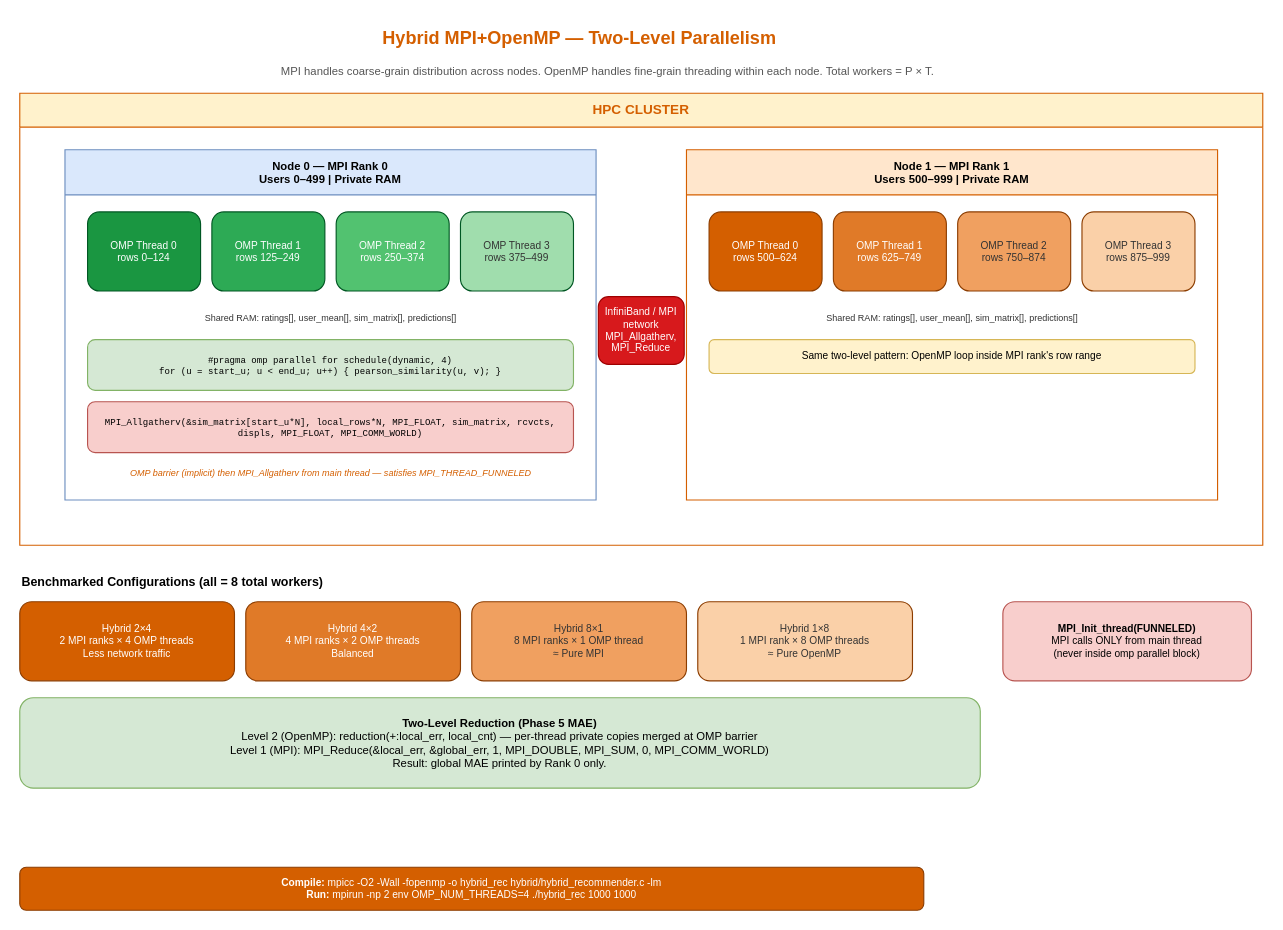
Above: analysis_diagrams/drawio/diagram_06_hybrid_mpi_openmp.drawio in Ashfaq-Riyaldeen/hpc-mine (draw.io), before the change. Source tidied: cells renumbered, new cells numbered last; positions are measured from the earlier drawing's top-left corner, leaving out a move shared by most shapes. Both pictures are drawn from the tidied source at 113%, with x=0, y=0 at pixel (19, 19).
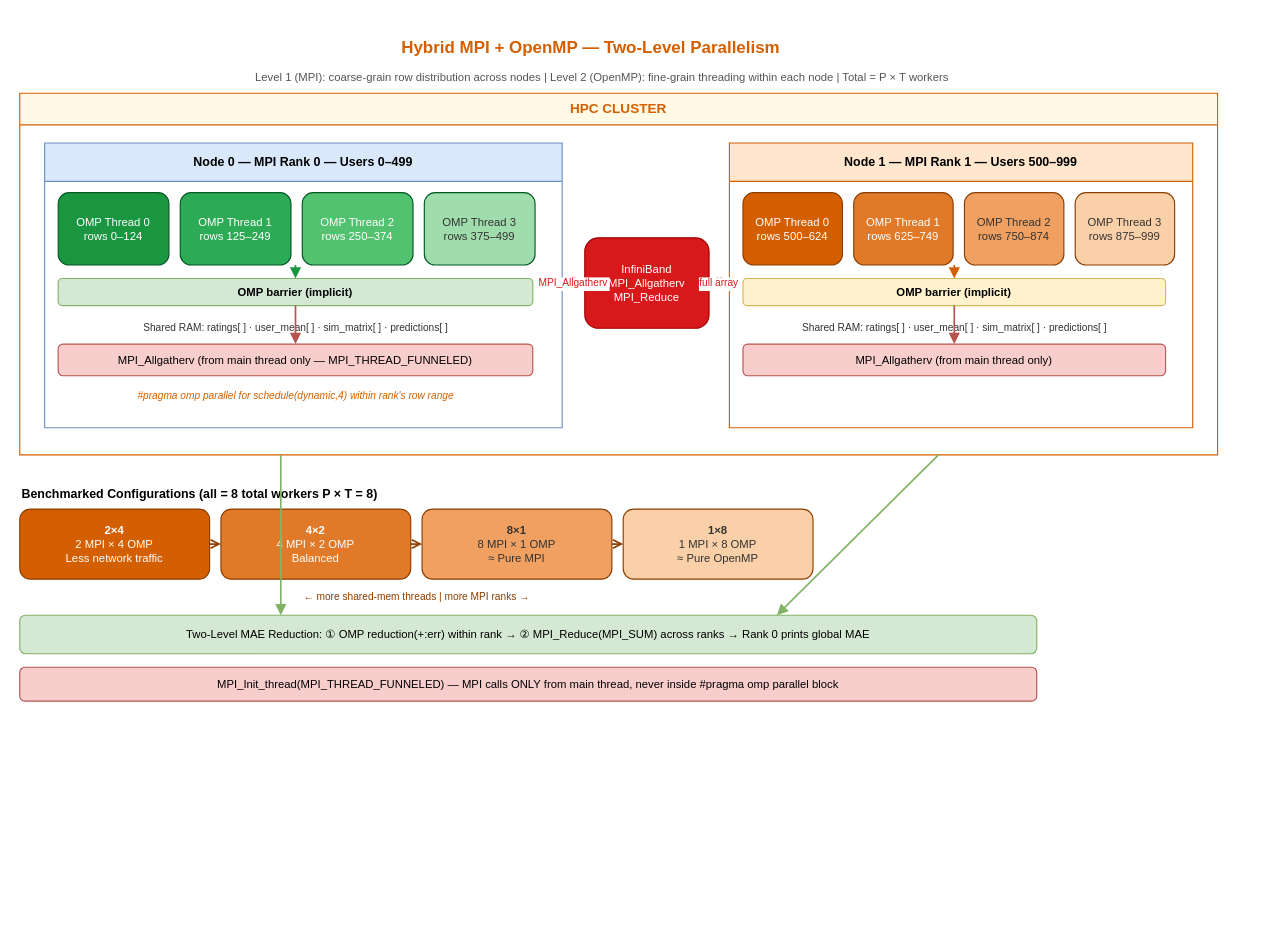
Above is the later version.

The edit, as a diff of the source:
```diff
@@
-    <mxCell id="2" value="Hybrid MPI+OpenMP — Two-Level Parallelism" style="text;html=1;strokeColor=none;fillColor=none;align=center;fontStyle=1;fontSize=16;fontColor=#d45f00;" parent="1" vertex="1">
-      <mxGeometry x="170" width="650" height="35" as="geometry" />
-    </mxCell>
-    <mxCell id="3" value="MPI handles coarse-grain distribution across nodes. OpenMP handles fine-grain threading within each node. Total workers = P × T." style="text;html=1;strokeColor=none;fillColor=none;align=center;fontSize=10;fontColor=#555555;" parent="1" vertex="1">
-      <mxGeometry x="70" y="33" width="900" height="22" as="geometry" />
-    </mxCell>
+    <mxCell id="31" value="Hybrid MPI + OpenMP — Two-Level Parallelism" style="text;html=1;align=center;fontStyle=1;fontSize=15;fontColor=#d45f00;" parent="1" vertex="1">
+      <mxGeometry x="130" y="9" width="750" height="30" as="geometry" />
+    </mxCell>
+    <mxCell id="32" value="Level 1 (MPI): coarse-grain row distribution across nodes   |   Level 2 (OpenMP): fine-grain threading within each node   |   Total = P × T workers" style="text;html=1;align=center;fontSize=10;fontColor=#555555;" parent="1" vertex="1">
+      <mxGeometry x="40" y="39" width="950" height="18" as="geometry" />
+    </mxCell>
-    <mxCell id="4" value="HPC CLUSTER" style="swimlane;startSize=30;whiteSpace=wrap;html=1;fillColor=#fff2cc;strokeColor=#d45f00;fontSize=12;fontStyle=1;fontColor=#d45f00;" parent="1" vertex="1">
-      <mxGeometry y="65" width="1100" height="400" as="geometry" />
+    <mxCell id="4" value="HPC CLUSTER" style="swimlane;startSize=28;whiteSpace=wrap;html=1;fillColor=#fff9e6;strokeColor=#d45f00;fontSize=12;fontStyle=1;fontColor=#d45f00;" parent="1" vertex="1">
+      <mxGeometry y="65" width="1060" height="320" as="geometry" />
     </mxCell>
-    <mxCell id="5" value="Node 0 — MPI Rank 0&lt;br&gt;Users 0–499  |  Private RAM" style="swimlane;startSize=40;whiteSpace=wrap;html=1;fillColor=#dae8fc;strokeColor=#6c8ebf;fontSize=10;fontStyle=1;" parent="4" vertex="1">
-      <mxGeometry x="40" y="50" width="470" height="310" as="geometry" />
-    </mxCell>
+    <mxCell id="33" value="Node 0 — MPI Rank 0 — Users 0–499" style="swimlane;startSize=34;whiteSpace=wrap;html=1;fillColor=#dae8fc;strokeColor=#6c8ebf;fontSize=11;fontStyle=1;" parent="4" vertex="1">
+      <mxGeometry x="22" y="44" width="458" height="252" as="geometry" />
+    </mxCell>
-    <mxCell id="6" value="OMP Thread 0&lt;br&gt;rows 0–124" style="rounded=1;whiteSpace=wrap;html=1;fillColor=#1a9641;strokeColor=#005723;fontColor=#ffffff;fontSize=9;" parent="5" vertex="1">
-      <mxGeometry x="20" y="55" width="100" height="70" as="geometry" />
+    <mxCell id="6" value="OMP Thread 0&lt;br&gt;rows 0–124" style="rounded=1;whiteSpace=wrap;html=1;fillColor=#1a9641;strokeColor=#005723;fontColor=#ffffff;fontSize=10;" parent="33" vertex="1">
+      <mxGeometry x="12" y="44" width="98" height="64" as="geometry" />
     </mxCell>
-    <mxCell id="7" value="OMP Thread 1&lt;br&gt;rows 125–249" style="rounded=1;whiteSpace=wrap;html=1;fillColor=#2daa55;strokeColor=#005723;fontColor=#ffffff;fontSize=9;" parent="5" vertex="1">
-      <mxGeometry x="130" y="55" width="100" height="70" as="geometry" />
+    <mxCell id="7" value="OMP Thread 1&lt;br&gt;rows 125–249" style="rounded=1;whiteSpace=wrap;html=1;fillColor=#2daa55;strokeColor=#005723;fontColor=#ffffff;fontSize=10;" parent="33" vertex="1">
+      <mxGeometry x="120" y="44" width="98" height="64" as="geometry" />
     </mxCell>
-    <mxCell id="8" value="OMP Thread 2&lt;br&gt;rows 250–374" style="rounded=1;whiteSpace=wrap;html=1;fillColor=#52c270;strokeColor=#005723;fontColor=#ffffff;fontSize=9;" parent="5" vertex="1">
-      <mxGeometry x="240" y="55" width="100" height="70" as="geometry" />
+    <mxCell id="8" value="OMP Thread 2&lt;br&gt;rows 250–374" style="rounded=1;whiteSpace=wrap;html=1;fillColor=#52c270;strokeColor=#005723;fontColor=#ffffff;fontSize=10;" parent="33" vertex="1">
+      <mxGeometry x="228" y="44" width="98" height="64" as="geometry" />
     </mxCell>
-    <mxCell id="9" value="OMP Thread 3&lt;br&gt;rows 375–499" style="rounded=1;whiteSpace=wrap;html=1;fillColor=#a0ddad;strokeColor=#005723;fontColor=#333333;fontSize=9;" parent="5" vertex="1">
-      <mxGeometry x="350" y="55" width="100" height="70" as="geometry" />
+    <mxCell id="9" value="OMP Thread 3&lt;br&gt;rows 375–499" style="rounded=1;whiteSpace=wrap;html=1;fillColor=#a0ddad;strokeColor=#005723;fontColor=#333333;fontSize=10;" parent="33" vertex="1">
+      <mxGeometry x="336" y="44" width="98" height="64" as="geometry" />
     </mxCell>
-    <mxCell id="10" value="Shared RAM: ratings[], user_mean[], sim_matrix[], predictions[]" style="text;html=1;fontSize=8;fontColor=#333333;align=center;" parent="5" vertex="1">
-      <mxGeometry x="20" y="138" width="430" height="22" as="geometry" />
-    </mxCell>
-    <mxCell id="11" value="#pragma omp parallel for schedule(dynamic, 4)&lt;br&gt;for (u = start_u; u &lt; end_u; u++) { pearson_similarity(u, v); }" style="rounded=1;whiteSpace=wrap;html=1;fillColor=#d5e8d4;strokeColor=#82b366;fontSize=8;fontFamily=Courier New;" parent="5" vertex="1">
-      <mxGeometry x="20" y="168" width="430" height="45" as="geometry" />
-    </mxCell>
-    <mxCell id="12" value="MPI_Allgatherv(&amp;sim_matrix[start_u*N], local_rows*N, MPI_FLOAT, sim_matrix, rcvcts, displs, MPI_FLOAT, MPI_COMM_WORLD)" style="rounded=1;whiteSpace=wrap;html=1;fillColor=#f8cecc;strokeColor=#b85450;fontSize=8;fontFamily=Courier New;" parent="5" vertex="1">
-      <mxGeometry x="20" y="223" width="430" height="45" as="geometry" />
-    </mxCell>
-    <mxCell id="13" value="OMP barrier (implicit) then MPI_Allgatherv from main thread — satisfies MPI_THREAD_FUNNELED" style="text;html=1;fontSize=8;fontColor=#d45f00;align=center;fontStyle=2;" parent="5" vertex="1">
-      <mxGeometry x="20" y="275" width="430" height="25" as="geometry" />
-    </mxCell>
-    <mxCell id="14" value="Node 1 — MPI Rank 1&lt;br&gt;Users 500–999  |  Private RAM" style="swimlane;startSize=40;whiteSpace=wrap;html=1;fillColor=#ffe6cc;strokeColor=#d45f00;fontSize=10;fontStyle=1;" parent="4" vertex="1">
-      <mxGeometry x="590" y="50" width="470" height="310" as="geometry" />
-    </mxCell>
+    <mxCell id="34" value="OMP barrier (implicit)" style="rounded=1;whiteSpace=wrap;html=1;fillColor=#d5e8d4;strokeColor=#82b366;fontSize=10;fontStyle=1;" parent="33" vertex="1">
+      <mxGeometry x="12" y="120" width="420" height="24" as="geometry" />
+    </mxCell>
+    <mxCell id="35" value="Shared RAM: ratings[ ] · user_mean[ ] · sim_matrix[ ] · predictions[ ]" style="text;html=1;fontSize=9;fontColor=#333333;align=center;" parent="33" vertex="1">
+      <mxGeometry x="12" y="152" width="420" height="18" as="geometry" />
+    </mxCell>
+    <mxCell id="36" value="MPI_Allgatherv  (from main thread only — MPI_THREAD_FUNNELED)" style="rounded=1;whiteSpace=wrap;html=1;fillColor=#f8cecc;strokeColor=#b85450;fontSize=10;" parent="33" vertex="1">
+      <mxGeometry x="12" y="178" width="420" height="28" as="geometry" />
+    </mxCell>
+    <mxCell id="37" value="#pragma omp parallel for schedule(dynamic,4)  within rank's row range" style="text;html=1;fontSize=9;fontColor=#d45f00;align=center;fontStyle=2;" parent="33" vertex="1">
+      <mxGeometry x="12" y="212" width="420" height="18" as="geometry" />
+    </mxCell>
+    <mxCell id="38" style="endArrow=block;endFill=1;strokeWidth=1.5;strokeColor=#1a9641;" parent="33" edge="1">
+      <mxGeometry relative="1" as="geometry">
+        <mxPoint x="222" y="108" as="sourcePoint" />
+        <mxPoint x="222" y="120" as="targetPoint" />
+      </mxGeometry>
+    </mxCell>
+    <mxCell id="39" style="endArrow=block;endFill=1;strokeWidth=1.5;strokeColor=#b85450;" parent="33" edge="1">
+      <mxGeometry relative="1" as="geometry">
+        <mxPoint x="222" y="144" as="sourcePoint" />
+        <mxPoint x="222" y="178" as="targetPoint" />
+      </mxGeometry>
+    </mxCell>
+    <mxCell id="40" value="InfiniBand&lt;br&gt;MPI_Allgatherv&lt;br&gt;MPI_Reduce" style="rounded=1;whiteSpace=wrap;html=1;fillColor=#d7191c;strokeColor=#9e0000;fontColor=#ffffff;fontSize=10;" parent="4" vertex="1">
+      <mxGeometry x="500" y="128" width="110" height="80" as="geometry" />
+    </mxCell>
+    <mxCell id="41" value="Node 1 — MPI Rank 1 — Users 500–999" style="swimlane;startSize=34;whiteSpace=wrap;html=1;fillColor=#ffe6cc;strokeColor=#d45f00;fontSize=11;fontStyle=1;" parent="4" vertex="1">
+      <mxGeometry x="628" y="44" width="410" height="252" as="geometry" />
+    </mxCell>
-    <mxCell id="15" value="OMP Thread 0&lt;br&gt;rows 500–624" style="rounded=1;whiteSpace=wrap;html=1;fillColor=#d45f00;strokeColor=#8c3d00;fontColor=#ffffff;fontSize=9;" parent="14" vertex="1">
-      <mxGeometry x="20" y="55" width="100" height="70" as="geometry" />
+    <mxCell id="15" value="OMP Thread 0&lt;br&gt;rows 500–624" style="rounded=1;whiteSpace=wrap;html=1;fillColor=#d45f00;strokeColor=#8c3d00;fontColor=#ffffff;fontSize=10;" parent="41" vertex="1">
+      <mxGeometry x="12" y="44" width="88" height="64" as="geometry" />
     </mxCell>
-    <mxCell id="16" value="OMP Thread 1&lt;br&gt;rows 625–749" style="rounded=1;whiteSpace=wrap;html=1;fillColor=#e07a28;strokeColor=#8c3d00;fontColor=#ffffff;fontSize=9;" parent="14" vertex="1">
-      <mxGeometry x="130" y="55" width="100" height="70" as="geometry" />
+    <mxCell id="16" value="OMP Thread 1&lt;br&gt;rows 625–749" style="rounded=1;whiteSpace=wrap;html=1;fillColor=#e07a28;strokeColor=#8c3d00;fontColor=#ffffff;fontSize=10;" parent="41" vertex="1">
+      <mxGeometry x="110" y="44" width="88" height="64" as="geometry" />
     </mxCell>
-    <mxCell id="17" value="OMP Thread 2&lt;br&gt;rows 750–874" style="rounded=1;whiteSpace=wrap;html=1;fillColor=#f0a060;strokeColor=#8c3d00;fontColor=#333333;fontSize=9;" parent="14" vertex="1">
-      <mxGeometry x="240" y="55" width="100" height="70" as="geometry" />
+    <mxCell id="17" value="OMP Thread 2&lt;br&gt;rows 750–874" style="rounded=1;whiteSpace=wrap;html=1;fillColor=#f0a060;strokeColor=#8c3d00;fontColor=#333333;fontSize=10;" parent="41" vertex="1">
+      <mxGeometry x="208" y="44" width="88" height="64" as="geometry" />
     </mxCell>
-    <mxCell id="18" value="OMP Thread 3&lt;br&gt;rows 875–999" style="rounded=1;whiteSpace=wrap;html=1;fillColor=#fad0a8;strokeColor=#8c3d00;fontColor=#333333;fontSize=9;" parent="14" vertex="1">
-      <mxGeometry x="350" y="55" width="100" height="70" as="geometry" />
+    <mxCell id="18" value="OMP Thread 3&lt;br&gt;rows 875–999" style="rounded=1;whiteSpace=wrap;html=1;fillColor=#fad0a8;strokeColor=#8c3d00;fontColor=#333333;fontSize=10;" parent="41" vertex="1">
+      <mxGeometry x="306" y="44" width="88" height="64" as="geometry" />
     </mxCell>
-    <mxCell id="19" value="Shared RAM: ratings[], user_mean[], sim_matrix[], predictions[]" style="text;html=1;fontSize=8;fontColor=#333333;align=center;" parent="14" vertex="1">
-      <mxGeometry x="20" y="138" width="430" height="22" as="geometry" />
-    </mxCell>
-    <mxCell id="20" value="Same two-level pattern: OpenMP loop inside MPI rank's row range" style="rounded=1;whiteSpace=wrap;html=1;fillColor=#fff2cc;strokeColor=#d6b656;fontSize=9;" parent="14" vertex="1">
-      <mxGeometry x="20" y="168" width="430" height="30" as="geometry" />
-    </mxCell>
-    <mxCell id="21" value="InfiniBand / MPI network&lt;br&gt;MPI_Allgatherv, MPI_Reduce" style="rounded=1;whiteSpace=wrap;html=1;fillColor=#d7191c;strokeColor=#9e0000;fontColor=#ffffff;fontSize=9;" parent="4" vertex="1">
-      <mxGeometry x="512" y="180" width="76" height="60" as="geometry" />
-    </mxCell>
-    <mxCell id="22" style="startArrow=block;startFill=1;endArrow=block;endFill=1;strokeColor=#d7191c;strokeWidth=2;" parent="4" edge="1">
-      <mxGeometry x="510" y="210" as="geometry">
-        <Array as="points">
-          <mxPoint x="510" y="210" />
-          <mxPoint x="590" y="210" />
-        </Array>
-      </mxGeometry>
-    </mxCell>
-    <mxCell id="23" value="&lt;b&gt;Benchmarked Configurations  (all = 8 total workers)&lt;/b&gt;" style="text;html=1;fontStyle=1;fontSize=11;" parent="1" vertex="1">
-      <mxGeometry y="485" width="600" height="25" as="geometry" />
-    </mxCell>
-    <mxCell id="24" value="Hybrid 2×4&lt;br&gt;2 MPI ranks × 4 OMP threads&lt;br&gt;Less network traffic" style="rounded=1;whiteSpace=wrap;html=1;fillColor=#d45f00;strokeColor=#8c3d00;fontColor=#ffffff;fontSize=9;" parent="1" vertex="1">
-      <mxGeometry y="515" width="190" height="70" as="geometry" />
-    </mxCell>
-    <mxCell id="25" value="Hybrid 4×2&lt;br&gt;4 MPI ranks × 2 OMP threads&lt;br&gt;Balanced" style="rounded=1;whiteSpace=wrap;html=1;fillColor=#e07a28;strokeColor=#8c3d00;fontColor=#ffffff;fontSize=9;" parent="1" vertex="1">
-      <mxGeometry x="200" y="515" width="190" height="70" as="geometry" />
-    </mxCell>
-    <mxCell id="26" value="Hybrid 8×1&lt;br&gt;8 MPI ranks × 1 OMP thread&lt;br&gt;≈ Pure MPI" style="rounded=1;whiteSpace=wrap;html=1;fillColor=#f0a060;strokeColor=#8c3d00;fontColor=#333333;fontSize=9;" parent="1" vertex="1">
-      <mxGeometry x="400" y="515" width="190" height="70" as="geometry" />
-    </mxCell>
-    <mxCell id="27" value="Hybrid 1×8&lt;br&gt;1 MPI rank × 8 OMP threads&lt;br&gt;≈ Pure OpenMP" style="rounded=1;whiteSpace=wrap;html=1;fillColor=#fad0a8;strokeColor=#8c3d00;fontColor=#333333;fontSize=9;" parent="1" vertex="1">
-      <mxGeometry x="600" y="515" width="190" height="70" as="geometry" />
-    </mxCell>
-    <mxCell id="28" value="&lt;b&gt;Two-Level Reduction (Phase 5 MAE)&lt;/b&gt;&lt;br&gt;Level 2 (OpenMP): reduction(+:local_err, local_cnt) — per-thread private copies merged at OMP barrier&lt;br&gt;Level 1 (MPI):  MPI_Reduce(&amp;local_err, &amp;global_err, 1, MPI_DOUBLE, MPI_SUM, 0, MPI_COMM_WORLD)&lt;br&gt;Result: global MAE printed by Rank 0 only." style="rounded=1;whiteSpace=wrap;html=1;fillColor=#d5e8d4;strokeColor=#82b366;fontSize=10;" parent="1" vertex="1">
-      <mxGeometry y="600" width="850" height="80" as="geometry" />
-    </mxCell>
-    <mxCell id="29" value="&lt;b&gt;MPI_Init_thread(FUNNELED)&lt;/b&gt;&lt;br&gt;MPI calls ONLY from main thread&lt;br&gt;(never inside omp parallel block)" style="rounded=1;whiteSpace=wrap;html=1;fillColor=#f8cecc;strokeColor=#b85450;fontSize=9;" parent="1" vertex="1">
-      <mxGeometry x="870" y="515" width="220" height="70" as="geometry" />
-    </mxCell>
-    <mxCell id="30" value="&lt;b&gt;Compile:&lt;/b&gt;  mpicc -O2 -Wall -fopenmp -o hybrid_rec hybrid/hybrid_recommender.c -lm&lt;br&gt;&lt;b&gt;Run:&lt;/b&gt;  mpirun -np 2 env OMP_NUM_THREADS=4 ./hybrid_rec 1000 1000" style="rounded=1;whiteSpace=wrap;html=1;fillColor=#d45f00;strokeColor=#8c3d00;fontColor=#ffffff;fontSize=9;" parent="1" vertex="1">
-      <mxGeometry y="750" width="800" height="38" as="geometry" />
-    </mxCell>
+    <mxCell id="42" value="OMP barrier (implicit)" style="rounded=1;whiteSpace=wrap;html=1;fillColor=#fff2cc;strokeColor=#d6b656;fontSize=10;fontStyle=1;" parent="41" vertex="1">
+      <mxGeometry x="12" y="120" width="374" height="24" as="geometry" />
+    </mxCell>
+    <mxCell id="43" value="Shared RAM: ratings[ ] · user_mean[ ] · sim_matrix[ ] · predictions[ ]" style="text;html=1;fontSize=9;fontColor=#333333;align=center;" parent="41" vertex="1">
+      <mxGeometry x="12" y="152" width="374" height="18" as="geometry" />
+    </mxCell>
+    <mxCell id="44" value="MPI_Allgatherv  (from main thread only)" style="rounded=1;whiteSpace=wrap;html=1;fillColor=#f8cecc;strokeColor=#b85450;fontSize=10;" parent="41" vertex="1">
+      <mxGeometry x="12" y="178" width="374" height="28" as="geometry" />
+    </mxCell>
+    <mxCell id="45" style="endArrow=block;endFill=1;strokeWidth=1.5;strokeColor=#d45f00;" parent="41" edge="1">
+      <mxGeometry relative="1" as="geometry">
+        <mxPoint x="199" y="108" as="sourcePoint" />
+        <mxPoint x="199" y="120" as="targetPoint" />
+      </mxGeometry>
+    </mxCell>
+    <mxCell id="46" style="endArrow=block;endFill=1;strokeWidth=1.5;strokeColor=#b85450;" parent="41" edge="1">
+      <mxGeometry relative="1" as="geometry">
+        <mxPoint x="199" y="144" as="sourcePoint" />
+        <mxPoint x="199" y="178" as="targetPoint" />
+      </mxGeometry>
+    </mxCell>
+    <mxCell id="47" value="MPI_Allgatherv" style="startArrow=block;startFill=1;endArrow=block;endFill=1;strokeWidth=2;strokeColor=#d7191c;fontSize=9;fontColor=#d7191c;" parent="4" edge="1">
+      <mxGeometry relative="1" as="geometry">
+        <mxPoint x="480" y="168" as="sourcePoint" />
+        <mxPoint x="500" y="168" as="targetPoint" />
+      </mxGeometry>
+    </mxCell>
+    <mxCell id="48" value="full array" style="startArrow=block;startFill=1;endArrow=block;endFill=1;strokeWidth=2;strokeColor=#d7191c;fontSize=9;fontColor=#d7191c;" parent="4" edge="1">
+      <mxGeometry relative="1" as="geometry">
+        <mxPoint x="610" y="168" as="sourcePoint" />
+        <mxPoint x="628" y="168" as="targetPoint" />
+      </mxGeometry>
+    </mxCell>
+    <mxCell id="49" value="Benchmarked Configurations  (all = 8 total workers  P × T = 8)" style="text;html=1;fontStyle=1;fontSize=11;" parent="1" vertex="1">
+      <mxGeometry y="407" width="680" height="22" as="geometry" />
+    </mxCell>
+    <mxCell id="50" value="&lt;b&gt;2×4&lt;/b&gt;&lt;br&gt;2 MPI × 4 OMP&lt;br&gt;Less network traffic" style="rounded=1;whiteSpace=wrap;html=1;fillColor=#d45f00;strokeColor=#8c3d00;fontColor=#ffffff;fontSize=10;" parent="1" vertex="1">
+      <mxGeometry y="433" width="168" height="62" as="geometry" />
+    </mxCell>
+    <mxCell id="51" value="&lt;b&gt;4×2&lt;/b&gt;&lt;br&gt;4 MPI × 2 OMP&lt;br&gt;Balanced" style="rounded=1;whiteSpace=wrap;html=1;fillColor=#e07a28;strokeColor=#8c3d00;fontColor=#ffffff;fontSize=10;" parent="1" vertex="1">
+      <mxGeometry x="178" y="433" width="168" height="62" as="geometry" />
+    </mxCell>
+    <mxCell id="52" value="&lt;b&gt;8×1&lt;/b&gt;&lt;br&gt;8 MPI × 1 OMP&lt;br&gt;≈ Pure MPI" style="rounded=1;whiteSpace=wrap;html=1;fillColor=#f0a060;strokeColor=#8c3d00;fontColor=#333333;fontSize=10;" parent="1" vertex="1">
+      <mxGeometry x="356" y="433" width="168" height="62" as="geometry" />
+    </mxCell>
+    <mxCell id="53" value="&lt;b&gt;1×8&lt;/b&gt;&lt;br&gt;1 MPI × 8 OMP&lt;br&gt;≈ Pure OpenMP" style="rounded=1;whiteSpace=wrap;html=1;fillColor=#fad0a8;strokeColor=#8c3d00;fontColor=#333333;fontSize=10;" parent="1" vertex="1">
+      <mxGeometry x="534" y="433" width="168" height="62" as="geometry" />
+    </mxCell>
+    <mxCell id="54" style="endArrow=open;endFill=0;strokeWidth=1.5;strokeColor=#8c3d00;" parent="1" edge="1" source="50" target="51">
+      <mxGeometry relative="1" as="geometry" />
+    </mxCell>
+    <mxCell id="55" style="endArrow=open;endFill=0;strokeWidth=1.5;strokeColor=#8c3d00;" parent="1" edge="1" source="51" target="52">
+      <mxGeometry relative="1" as="geometry" />
+    </mxCell>
+    <mxCell id="56" style="endArrow=open;endFill=0;strokeWidth=1.5;strokeColor=#8c3d00;" parent="1" edge="1" source="52" target="53">
+      <mxGeometry relative="1" as="geometry" />
+    </mxCell>
+    <mxCell id="57" value="← more shared-mem threads  |  more MPI ranks →" style="text;html=1;fontSize=9;fontColor=#8c3d00;align=center;" parent="1" vertex="1">
+      <mxGeometry y="499" width="702" height="16" as="geometry" />
+    </mxCell>
+    <mxCell id="58" value="Two-Level MAE Reduction:   ① OMP reduction(+:err) within rank   →   ② MPI_Reduce(MPI_SUM) across ranks   →   Rank 0 prints global MAE" style="rounded=1;whiteSpace=wrap;html=1;fillColor=#d5e8d4;strokeColor=#82b366;fontSize=10;" parent="1" vertex="1">
+      <mxGeometry y="527" width="900" height="34" as="geometry" />
+    </mxCell>
+    <mxCell id="59" style="endArrow=block;endFill=1;strokeWidth=1.5;strokeColor=#82b366;" parent="1" edge="1">
+      <mxGeometry relative="1" as="geometry">
+        <mxPoint x="231" y="385" as="sourcePoint" />
+        <mxPoint x="231" y="527" as="targetPoint" />
+      </mxGeometry>
+    </mxCell>
+    <mxCell id="60" style="endArrow=block;endFill=1;strokeWidth=1.5;strokeColor=#82b366;" parent="1" edge="1">
+      <mxGeometry relative="1" as="geometry">
+        <mxPoint x="813" y="385" as="sourcePoint" />
+        <mxPoint x="670" y="527" as="targetPoint" />
+      </mxGeometry>
+    </mxCell>
+    <mxCell id="61" value="MPI_Init_thread(MPI_THREAD_FUNNELED) — MPI calls ONLY from main thread, never inside #pragma omp parallel block" style="rounded=1;whiteSpace=wrap;html=1;fillColor=#f8cecc;strokeColor=#b85450;fontSize=10;" parent="1" vertex="1">
+      <mxGeometry y="573" width="900" height="30" as="geometry" />
+    </mxCell>
```
